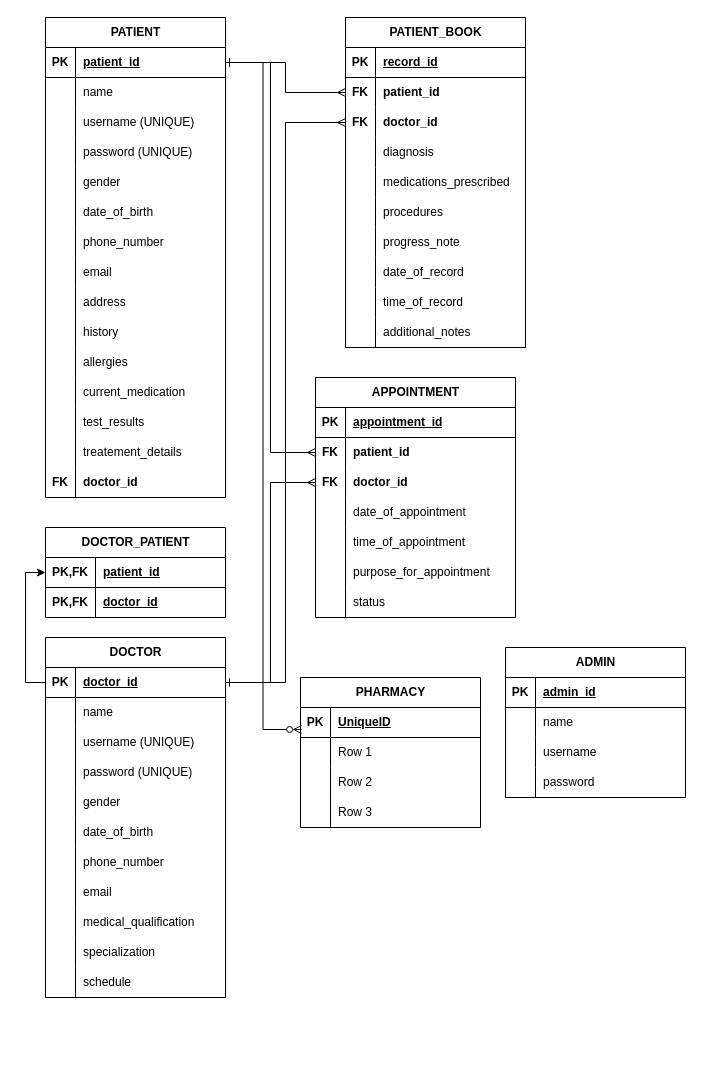
Earlier version of the draw.io diagram healthmanagementsystem.drawio (Holison18/Data-Base-ER-diagrams). Source tidied: cells renumbered, new cells numbered last; positions are measured from the earlier drawing's top-left corner, leaving out a move shared by most shapes. Both pictures are drawn from the tidied source at 100%, with x=0, y=0 at pixel (45, 17).
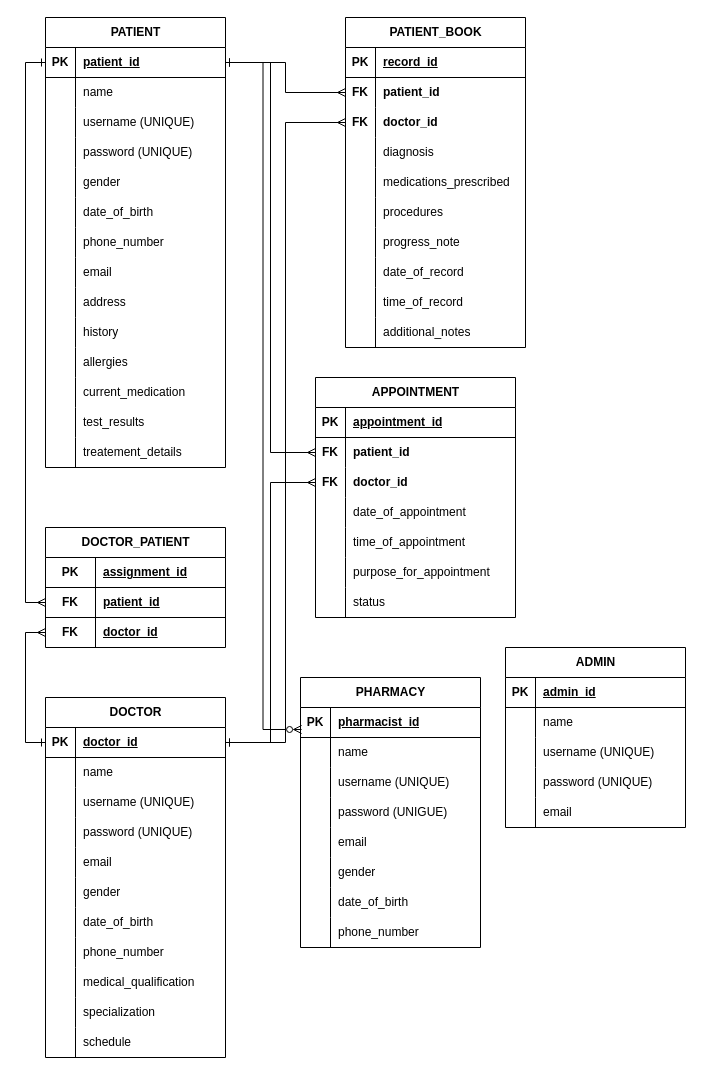
The same diagram, later.

Unchanged cells that the change refers to:
```xml
<mxCell id="3" style="shape=tableRow;horizontal=0;startSize=0;swimlaneHead=0;swimlaneBody=0;fillColor=none;points=[[0,0.5],[1,0.5]];portConstraint=eastwest;top=0;left=0;right=0;bottom=1;" parent="2" vertex="1">
  <mxGeometry y="30" width="180" height="30" as="geometry" />
</mxCell>
<mxCell id="58" style="shape=tableRow;horizontal=0;startSize=0;swimlaneHead=0;swimlaneBody=0;fillColor=none;top=0;left=0;right=0;bottom=0;" parent="48" vertex="1">
  <mxGeometry y="120" width="180" height="30" as="geometry" />
</mxCell>
<mxCell id="62" style="shape=tableRow;horizontal=0;startSize=0;swimlaneHead=0;swimlaneBody=0;fillColor=none;points=[[0,0.5],[1,0.5]];portConstraint=eastwest;top=0;left=0;right=0;bottom=1;" parent="61" vertex="1">
  <mxGeometry y="30" width="180" height="30" as="geometry" />
</mxCell>
<mxCell id="118" style="shape=tableRow;horizontal=0;startSize=0;swimlaneHead=0;swimlaneBody=0;fillColor=none;points=[[0,0.5],[1,0.5]];portConstraint=eastwest;top=0;left=0;right=0;bottom=1;" parent="117" vertex="1">
  <mxGeometry y="30" width="180" height="30" as="geometry" />
</mxCell>
<mxCell id="121" style="shape=tableRow;horizontal=0;startSize=0;swimlaneHead=0;swimlaneBody=0;fillColor=none;top=0;left=0;right=0;bottom=0;" parent="117" vertex="1">
  <mxGeometry y="60" width="180" height="30" as="geometry" />
</mxCell>
<mxCell id="167" style="shape=tableRow;horizontal=0;startSize=0;swimlaneHead=0;swimlaneBody=0;fillColor=none;points=[[0,0.5],[1,0.5]];portConstraint=eastwest;top=0;left=0;right=0;bottom=1;" parent="166" vertex="1">
  <mxGeometry y="30" width="180" height="30" as="geometry" />
</mxCell>
```

The edit, as a diff of the source:
```diff
@@
     <mxCell id="2" value="PATIENT" style="shape=table;startSize=30;childLayout=tableLayout;rowLines=0;fontStyle=1;align=center;html=1;" parent="1" vertex="1">
-      <mxGeometry width="180" height="480" as="geometry" />
+      <mxGeometry width="180" height="450" as="geometry" />
     </mxCell>
@@
-    <mxCell id="45" style="shape=tableRow;horizontal=0;startSize=0;swimlaneHead=0;swimlaneBody=0;fillColor=none;top=0;left=0;right=0;bottom=0;" parent="2" vertex="1">
-      <mxGeometry y="450" width="180" height="30" as="geometry" />
-    </mxCell>
-    <mxCell id="46" value="&lt;b&gt;FK&lt;/b&gt;" style="shape=partialRectangle;fillColor=none;top=0;left=0;bottom=0;right=0;overflow=hidden;whiteSpace=wrap;html=1;" parent="45" vertex="1">
-      <mxGeometry width="30" height="30" as="geometry" />
-    </mxCell>
-    <mxCell id="47" value="&lt;b&gt;doctor_id&lt;/b&gt;" style="shape=partialRectangle;fillColor=none;top=0;left=0;bottom=0;right=0;align=left;spacingLeft=6;overflow=hidden;whiteSpace=wrap;html=1;" parent="45" vertex="1">
-      <mxGeometry x="30" width="150" height="30" as="geometry" />
-    </mxCell>
     <mxCell id="48" value="ADMIN" style="shape=table;startSize=30;childLayout=tableLayout;rowLines=0;fontStyle=1;align=center;html=1;" parent="1" vertex="1">
-      <mxGeometry x="460" y="630" width="180" height="150" as="geometry" />
+      <mxGeometry x="460" y="630" width="180" height="180" as="geometry" />
     </mxCell>
@@
-    <mxCell id="55" style="shape=tableRow;horizontal=0;startSize=0;swimlaneHead=0;swimlaneBody=0;fillColor=none;top=0;left=0;right=0;bottom=0;" parent="48" vertex="1">
-      <mxGeometry y="90" width="180" height="30" as="geometry" />
-    </mxCell>
-    <mxCell id="56" style="shape=partialRectangle;fillColor=none;top=0;left=0;bottom=0;right=0;overflow=hidden;whiteSpace=wrap;html=1;" parent="55" vertex="1">
-      <mxGeometry width="30" height="30" as="geometry" />
-    </mxCell>
-    <mxCell id="57" value="username" style="shape=partialRectangle;fillColor=none;top=0;left=0;bottom=0;right=0;align=left;spacingLeft=6;overflow=hidden;whiteSpace=wrap;html=1;" parent="55" vertex="1">
-      <mxGeometry x="30" width="150" height="30" as="geometry" />
-    </mxCell>
+    <mxCell id="174" style="shape=tableRow;horizontal=0;startSize=0;swimlaneHead=0;swimlaneBody=0;fillColor=none;top=0;left=0;right=0;bottom=0;" parent="48" vertex="1">
+      <mxGeometry y="90" width="180" height="30" as="geometry" />
+    </mxCell>
+    <mxCell id="175" style="shape=partialRectangle;fillColor=none;top=0;left=0;bottom=0;right=0;overflow=hidden;whiteSpace=wrap;html=1;" parent="174" vertex="1">
+      <mxGeometry width="30" height="30" as="geometry" />
+    </mxCell>
+    <mxCell id="176" value="username (UNIQUE)" style="shape=partialRectangle;fillColor=none;top=0;left=0;bottom=0;right=0;align=left;spacingLeft=6;overflow=hidden;whiteSpace=wrap;html=1;" parent="174" vertex="1">
+      <mxGeometry x="30" width="150" height="30" as="geometry" />
+    </mxCell>
@@
-    <mxCell id="60" value="password" style="shape=partialRectangle;fillColor=none;top=0;left=0;bottom=0;right=0;align=left;spacingLeft=6;overflow=hidden;whiteSpace=wrap;html=1;" parent="58" vertex="1">
+    <mxCell id="60" value="password (UNIQUE)" style="shape=partialRectangle;fillColor=none;top=0;left=0;bottom=0;right=0;align=left;spacingLeft=6;overflow=hidden;whiteSpace=wrap;html=1;" parent="58" vertex="1">
       <mxGeometry x="30" width="150" height="30" as="geometry" />
     </mxCell>
+    <mxCell id="177" style="shape=tableRow;horizontal=0;startSize=0;swimlaneHead=0;swimlaneBody=0;fillColor=none;top=0;left=0;right=0;bottom=0;" parent="48" vertex="1">
+      <mxGeometry y="150" width="180" height="30" as="geometry" />
+    </mxCell>
+    <mxCell id="178" style="shape=partialRectangle;fillColor=none;top=0;left=0;bottom=0;right=0;overflow=hidden;whiteSpace=wrap;html=1;" parent="177" vertex="1">
+      <mxGeometry width="30" height="30" as="geometry" />
+    </mxCell>
+    <mxCell id="179" value="email" style="shape=partialRectangle;fillColor=none;top=0;left=0;bottom=0;right=0;align=left;spacingLeft=6;overflow=hidden;whiteSpace=wrap;html=1;" parent="177" vertex="1">
+      <mxGeometry x="30" width="150" height="30" as="geometry" />
+    </mxCell>
     <mxCell id="61" value="DOCTOR" style="shape=table;startSize=30;childLayout=tableLayout;rowLines=0;fontStyle=1;align=center;html=1;" parent="1" vertex="1">
-      <mxGeometry y="620" width="180" height="360" as="geometry" />
+      <mxGeometry y="680" width="180" height="360" as="geometry" />
     </mxCell>
@@
+    <mxCell id="83" style="shape=tableRow;horizontal=0;startSize=0;swimlaneHead=0;swimlaneBody=0;fillColor=none;top=0;left=0;right=0;bottom=0;" parent="61" vertex="1">
+      <mxGeometry y="150" width="180" height="30" as="geometry" />
+    </mxCell>
+    <mxCell id="84" style="shape=partialRectangle;fillColor=none;top=0;left=0;bottom=0;right=0;overflow=hidden;whiteSpace=wrap;html=1;" parent="83" vertex="1">
+      <mxGeometry width="30" height="30" as="geometry" />
+    </mxCell>
+    <mxCell id="85" value="email" style="shape=partialRectangle;fillColor=none;top=0;left=0;bottom=0;right=0;align=left;spacingLeft=6;overflow=hidden;whiteSpace=wrap;html=1;" parent="83" vertex="1">
+      <mxGeometry x="30" width="150" height="30" as="geometry" />
+    </mxCell>
     <mxCell id="74" style="shape=tableRow;horizontal=0;startSize=0;swimlaneHead=0;swimlaneBody=0;fillColor=none;top=0;left=0;right=0;bottom=0;" parent="61" vertex="1">
-      <mxGeometry y="150" width="180" height="30" as="geometry" />
+      <mxGeometry y="180" width="180" height="30" as="geometry" />
     </mxCell>
@@
     <mxCell id="77" style="shape=tableRow;horizontal=0;startSize=0;swimlaneHead=0;swimlaneBody=0;fillColor=none;top=0;left=0;right=0;bottom=0;" parent="61" vertex="1">
-      <mxGeometry y="180" width="180" height="30" as="geometry" />
+      <mxGeometry y="210" width="180" height="30" as="geometry" />
     </mxCell>
@@
     <mxCell id="80" style="shape=tableRow;horizontal=0;startSize=0;swimlaneHead=0;swimlaneBody=0;fillColor=none;top=0;left=0;right=0;bottom=0;" parent="61" vertex="1">
-      <mxGeometry y="210" width="180" height="30" as="geometry" />
+      <mxGeometry y="240" width="180" height="30" as="geometry" />
     </mxCell>
@@
-    <mxCell id="83" style="shape=tableRow;horizontal=0;startSize=0;swimlaneHead=0;swimlaneBody=0;fillColor=none;top=0;left=0;right=0;bottom=0;" parent="61" vertex="1">
-      <mxGeometry y="240" width="180" height="30" as="geometry" />
-    </mxCell>
-    <mxCell id="84" style="shape=partialRectangle;fillColor=none;top=0;left=0;bottom=0;right=0;overflow=hidden;whiteSpace=wrap;html=1;" parent="83" vertex="1">
-      <mxGeometry width="30" height="30" as="geometry" />
-    </mxCell>
-    <mxCell id="85" value="email" style="shape=partialRectangle;fillColor=none;top=0;left=0;bottom=0;right=0;align=left;spacingLeft=6;overflow=hidden;whiteSpace=wrap;html=1;" parent="83" vertex="1">
-      <mxGeometry x="30" width="150" height="30" as="geometry" />
-    </mxCell>
@@
     <mxCell id="117" value="PHARMACY" style="shape=table;startSize=30;childLayout=tableLayout;rowLines=0;fontStyle=1;align=center;html=1;" parent="1" vertex="1">
-      <mxGeometry x="255" y="660" width="180" height="150" as="geometry" />
+      <mxGeometry x="255" y="660" width="180" height="270" as="geometry" />
     </mxCell>
@@
-    <mxCell id="120" value="UniqueID" style="shape=partialRectangle;fillColor=none;top=0;left=0;bottom=0;right=0;align=left;spacingLeft=6;fontStyle=5;overflow=hidden;whiteSpace=wrap;html=1;" parent="118" vertex="1">
+    <mxCell id="120" value="pharmacist_id" style="shape=partialRectangle;fillColor=none;top=0;left=0;bottom=0;right=0;align=left;spacingLeft=6;fontStyle=5;overflow=hidden;whiteSpace=wrap;html=1;" parent="118" vertex="1">
       <mxGeometry x="30" width="150" height="30" as="geometry" />
     </mxCell>
@@
-    <mxCell id="123" value="Row 1" style="shape=partialRectangle;fillColor=none;top=0;left=0;bottom=0;right=0;align=left;spacingLeft=6;overflow=hidden;whiteSpace=wrap;html=1;" parent="121" vertex="1">
+    <mxCell id="123" value="name" style="shape=partialRectangle;fillColor=none;top=0;left=0;bottom=0;right=0;align=left;spacingLeft=6;overflow=hidden;whiteSpace=wrap;html=1;" parent="121" vertex="1">
       <mxGeometry x="30" width="150" height="30" as="geometry" />
     </mxCell>
+    <mxCell id="180" style="shape=tableRow;horizontal=0;startSize=0;swimlaneHead=0;swimlaneBody=0;fillColor=none;top=0;left=0;right=0;bottom=0;" parent="117" vertex="1">
+      <mxGeometry y="90" width="180" height="30" as="geometry" />
+    </mxCell>
+    <mxCell id="181" style="shape=partialRectangle;fillColor=none;top=0;left=0;bottom=0;right=0;overflow=hidden;whiteSpace=wrap;html=1;" parent="180" vertex="1">
+      <mxGeometry width="30" height="30" as="geometry" />
+    </mxCell>
+    <mxCell id="182" value="username (UNIQUE)" style="shape=partialRectangle;fillColor=none;top=0;left=0;bottom=0;right=0;align=left;spacingLeft=6;overflow=hidden;whiteSpace=wrap;html=1;" parent="180" vertex="1">
+      <mxGeometry x="30" width="150" height="30" as="geometry" />
+    </mxCell>
+    <mxCell id="183" style="shape=tableRow;horizontal=0;startSize=0;swimlaneHead=0;swimlaneBody=0;fillColor=none;top=0;left=0;right=0;bottom=0;" parent="117" vertex="1">
+      <mxGeometry y="120" width="180" height="30" as="geometry" />
+    </mxCell>
+    <mxCell id="184" style="shape=partialRectangle;fillColor=none;top=0;left=0;bottom=0;right=0;overflow=hidden;whiteSpace=wrap;html=1;" parent="183" vertex="1">
+      <mxGeometry width="30" height="30" as="geometry" />
+    </mxCell>
+    <mxCell id="185" value="password (UNIGUE)" style="shape=partialRectangle;fillColor=none;top=0;left=0;bottom=0;right=0;align=left;spacingLeft=6;overflow=hidden;whiteSpace=wrap;html=1;" parent="183" vertex="1">
+      <mxGeometry x="30" width="150" height="30" as="geometry" />
+    </mxCell>
+    <mxCell id="186" style="shape=tableRow;horizontal=0;startSize=0;swimlaneHead=0;swimlaneBody=0;fillColor=none;top=0;left=0;right=0;bottom=0;" parent="117" vertex="1">
+      <mxGeometry y="150" width="180" height="30" as="geometry" />
+    </mxCell>
+    <mxCell id="187" style="shape=partialRectangle;fillColor=none;top=0;left=0;bottom=0;right=0;overflow=hidden;whiteSpace=wrap;html=1;" parent="186" vertex="1">
+      <mxGeometry width="30" height="30" as="geometry" />
+    </mxCell>
+    <mxCell id="188" value="email" style="shape=partialRectangle;fillColor=none;top=0;left=0;bottom=0;right=0;align=left;spacingLeft=6;overflow=hidden;whiteSpace=wrap;html=1;" parent="186" vertex="1">
+      <mxGeometry x="30" width="150" height="30" as="geometry" />
+    </mxCell>
     <mxCell id="124" style="shape=tableRow;horizontal=0;startSize=0;swimlaneHead=0;swimlaneBody=0;fillColor=none;top=0;left=0;right=0;bottom=0;" parent="117" vertex="1">
-      <mxGeometry y="90" width="180" height="30" as="geometry" />
+      <mxGeometry y="180" width="180" height="30" as="geometry" />
     </mxCell>
@@
-    <mxCell id="126" value="Row 2" style="shape=partialRectangle;fillColor=none;top=0;left=0;bottom=0;right=0;align=left;spacingLeft=6;overflow=hidden;whiteSpace=wrap;html=1;" parent="124" vertex="1">
+    <mxCell id="126" value="gender" style="shape=partialRectangle;fillColor=none;top=0;left=0;bottom=0;right=0;align=left;spacingLeft=6;overflow=hidden;whiteSpace=wrap;html=1;" parent="124" vertex="1">
       <mxGeometry x="30" width="150" height="30" as="geometry" />
     </mxCell>
     <mxCell id="127" style="shape=tableRow;horizontal=0;startSize=0;swimlaneHead=0;swimlaneBody=0;fillColor=none;top=0;left=0;right=0;bottom=0;" parent="117" vertex="1">
-      <mxGeometry y="120" width="180" height="30" as="geometry" />
+      <mxGeometry y="210" width="180" height="30" as="geometry" />
     </mxCell>
@@
-    <mxCell id="129" value="Row 3" style="shape=partialRectangle;fillColor=none;top=0;left=0;bottom=0;right=0;align=left;spacingLeft=6;overflow=hidden;whiteSpace=wrap;html=1;" parent="127" vertex="1">
+    <mxCell id="129" value="date_of_birth" style="shape=partialRectangle;fillColor=none;top=0;left=0;bottom=0;right=0;align=left;spacingLeft=6;overflow=hidden;whiteSpace=wrap;html=1;" parent="127" vertex="1">
       <mxGeometry x="30" width="150" height="30" as="geometry" />
     </mxCell>
+    <mxCell id="189" style="shape=tableRow;horizontal=0;startSize=0;swimlaneHead=0;swimlaneBody=0;fillColor=none;top=0;left=0;right=0;bottom=0;" parent="117" vertex="1">
+      <mxGeometry y="240" width="180" height="30" as="geometry" />
+    </mxCell>
+    <mxCell id="190" style="shape=partialRectangle;fillColor=none;top=0;left=0;bottom=0;right=0;overflow=hidden;whiteSpace=wrap;html=1;" parent="189" vertex="1">
+      <mxGeometry width="30" height="30" as="geometry" />
+    </mxCell>
+    <mxCell id="191" value="phone_number" style="shape=partialRectangle;fillColor=none;top=0;left=0;bottom=0;right=0;align=left;spacingLeft=6;overflow=hidden;whiteSpace=wrap;html=1;" parent="189" vertex="1">
+      <mxGeometry x="30" width="150" height="30" as="geometry" />
+    </mxCell>
@@
     <mxCell id="166" value="DOCTOR_PATIENT" style="shape=table;startSize=30;childLayout=tableLayout;rowLines=0;fontStyle=1;align=center;html=1;" parent="1" vertex="1">
-      <mxGeometry y="510" width="180" height="90" as="geometry" />
+      <mxGeometry y="510" width="180" height="120" as="geometry" />
     </mxCell>
@@
-    <mxCell id="168" value="PK,FK" style="shape=partialRectangle;fillColor=none;top=0;left=0;bottom=0;right=0;fontStyle=1;overflow=hidden;whiteSpace=wrap;html=1;" parent="167" vertex="1">
+    <mxCell id="168" value="PK" style="shape=partialRectangle;fillColor=none;top=0;left=0;bottom=0;right=0;fontStyle=1;overflow=hidden;whiteSpace=wrap;html=1;" parent="167" vertex="1">
       <mxGeometry width="50" height="30" as="geometry" />
     </mxCell>
-    <mxCell id="169" value="patient_id" style="shape=partialRectangle;fillColor=none;top=0;left=0;bottom=0;right=0;align=left;spacingLeft=6;fontStyle=5;overflow=hidden;whiteSpace=wrap;html=1;" parent="167" vertex="1">
+    <mxCell id="169" value="assignment_id" style="shape=partialRectangle;fillColor=none;top=0;left=0;bottom=0;right=0;align=left;spacingLeft=6;fontStyle=5;overflow=hidden;whiteSpace=wrap;html=1;" parent="167" vertex="1">
       <mxGeometry x="50" width="130" height="30" as="geometry" />
     </mxCell>
+    <mxCell id="192" style="shape=tableRow;horizontal=0;startSize=0;swimlaneHead=0;swimlaneBody=0;fillColor=none;points=[[0,0.5],[1,0.5]];portConstraint=eastwest;top=0;left=0;right=0;bottom=1;" parent="166" vertex="1">
+      <mxGeometry y="60" width="180" height="30" as="geometry" />
+    </mxCell>
+    <mxCell id="46" value="FK" style="shape=partialRectangle;fillColor=none;top=0;left=0;bottom=0;right=0;fontStyle=1;overflow=hidden;whiteSpace=wrap;html=1;" parent="192" vertex="1">
+      <mxGeometry width="50" height="30" as="geometry" />
+    </mxCell>
+    <mxCell id="193" value="patient_id" style="shape=partialRectangle;fillColor=none;top=0;left=0;bottom=0;right=0;align=left;spacingLeft=6;fontStyle=5;overflow=hidden;whiteSpace=wrap;html=1;" parent="192" vertex="1">
+      <mxGeometry x="50" width="130" height="30" as="geometry" />
+    </mxCell>
     <mxCell id="170" style="shape=tableRow;horizontal=0;startSize=0;swimlaneHead=0;swimlaneBody=0;fillColor=none;points=[[0,0.5],[1,0.5]];portConstraint=eastwest;top=0;left=0;right=0;bottom=0;" parent="166" vertex="1">
-      <mxGeometry y="60" width="180" height="30" as="geometry" />
+      <mxGeometry y="90" width="180" height="30" as="geometry" />
     </mxCell>
-    <mxCell id="171" value="&lt;b&gt;PK,FK&lt;/b&gt;" style="shape=partialRectangle;fillColor=none;top=0;left=0;bottom=0;right=0;overflow=hidden;whiteSpace=wrap;html=1;" parent="170" vertex="1">
+    <mxCell id="171" value="&lt;b&gt;FK&lt;/b&gt;" style="shape=partialRectangle;fillColor=none;top=0;left=0;bottom=0;right=0;overflow=hidden;whiteSpace=wrap;html=1;" parent="170" vertex="1">
       <mxGeometry width="50" height="30" as="geometry" />
     </mxCell>
@@
-    <mxCell id="173" style="edgeStyle=orthogonalEdgeStyle;rounded=0;jettySize=auto;html=1;entryX=0;entryY=0.5;entryDx=0;entryDy=0;" parent="1" edge="1" source="62" target="167">
-      <mxGeometry relative="1" as="geometry" />
-    </mxCell>
+    <mxCell id="194" style="edgeStyle=orthogonalEdgeStyle;rounded=0;jettySize=auto;html=1;entryX=0;entryY=0.5;entryDx=0;entryDy=0;endArrow=ERmany;endFill=0;startArrow=ERone;startFill=0;" parent="1" edge="1" source="62" target="170">
+      <mxGeometry relative="1" as="geometry" />
+    </mxCell>
+    <mxCell id="195" style="edgeStyle=orthogonalEdgeStyle;rounded=0;jettySize=auto;html=1;entryX=0;entryY=0.5;entryDx=0;entryDy=0;endArrow=ERmany;endFill=0;startArrow=ERone;startFill=0;" parent="1" edge="1" source="3" target="192">
+      <mxGeometry relative="1" as="geometry" />
+    </mxCell>
```
